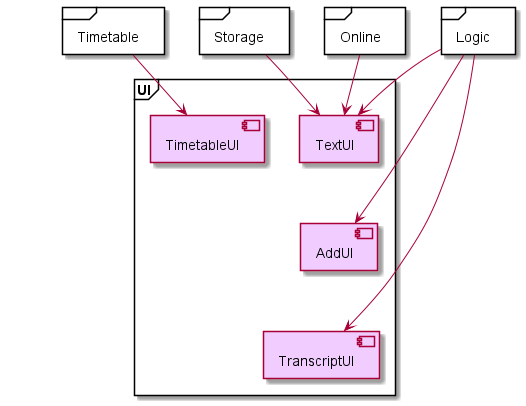
Earlier version of the PlantUML export docs/uml-diagrams/UIComponent.png (nus-cs2113-AY2122S1/tp). Source of this version:
```plantuml
@startuml
!include Style.puml

skinparam rectangle {
        BackgroundColor<<PLACEHOLDER>> transparent
        BorderThickness<<PLACEHOLDER>> .1
        BorderColor<<PLACEHOLDER>> transparent
              FontColor<<PLACEHOLDER>> transparent
               FontSize<<PLACEHOLDER>> 0
    StereotypeFontColor<<PLACEHOLDER>> transparent
     StereotypeFontSize<<PLACEHOLDER>> 0
Shadowing<<PLACEHOLDER>> false
}

rectangle a <<PLACEHOLDER>> {
}


frame UI {

Component [AddUI] UI_COLOR
Component [TextUI] UI_COLOR
Component [TimetableUI] UI_COLOR
Component [TranscriptUI] UI_COLOR

[Logic] --> [AddUI]
[Timetable] --> [TimetableUI]
[Logic] --> [TranscriptUI]
[Logic] --> [TextUI]
[Storage] --> [TextUI]
[Online] --> [TextUI]

[TextUI] -[hidden]down- [AddUI]
[AddUI] -[hidden]down- [TranscriptUI]
}

frame Timetable {
}

frame UI {
}

frame Logic {
}

frame Storage {
}

frame Online {
}

@enduml
```
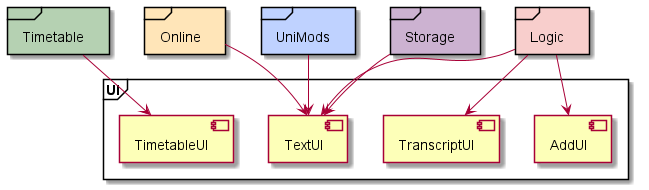
Later version of the same file.

Diff of the diagram source:
```diff
@@ -25,28 +25,29 @@
 
 [Logic] --> [AddUI]
 [Timetable] --> [TimetableUI]
+[UniMods] --> [TextUI]
 [Logic] --> [TranscriptUI]
 [Logic] --> [TextUI]
 [Storage] --> [TextUI]
 [Online] --> [TextUI]
 
-[TextUI] -[hidden]down- [AddUI]
-[AddUI] -[hidden]down- [TranscriptUI]
+[TextUI] -[hidden]right- [Online]
+
 }
 
-frame Timetable {
+frame [Timetable] TIMETABLE_COLOR {
 }
 
-frame UI {
+frame [UniMods] UNIMODS_COLOR {
 }
 
-frame Logic {
+frame [Logic] LOGIC_COLOR {
 }
 
-frame Storage {
+frame [Storage] STORAGE_COLOR {
 }
 
-frame Online {
+frame [Online] ONLINE_COLOR {
 }
 
 @enduml
```
